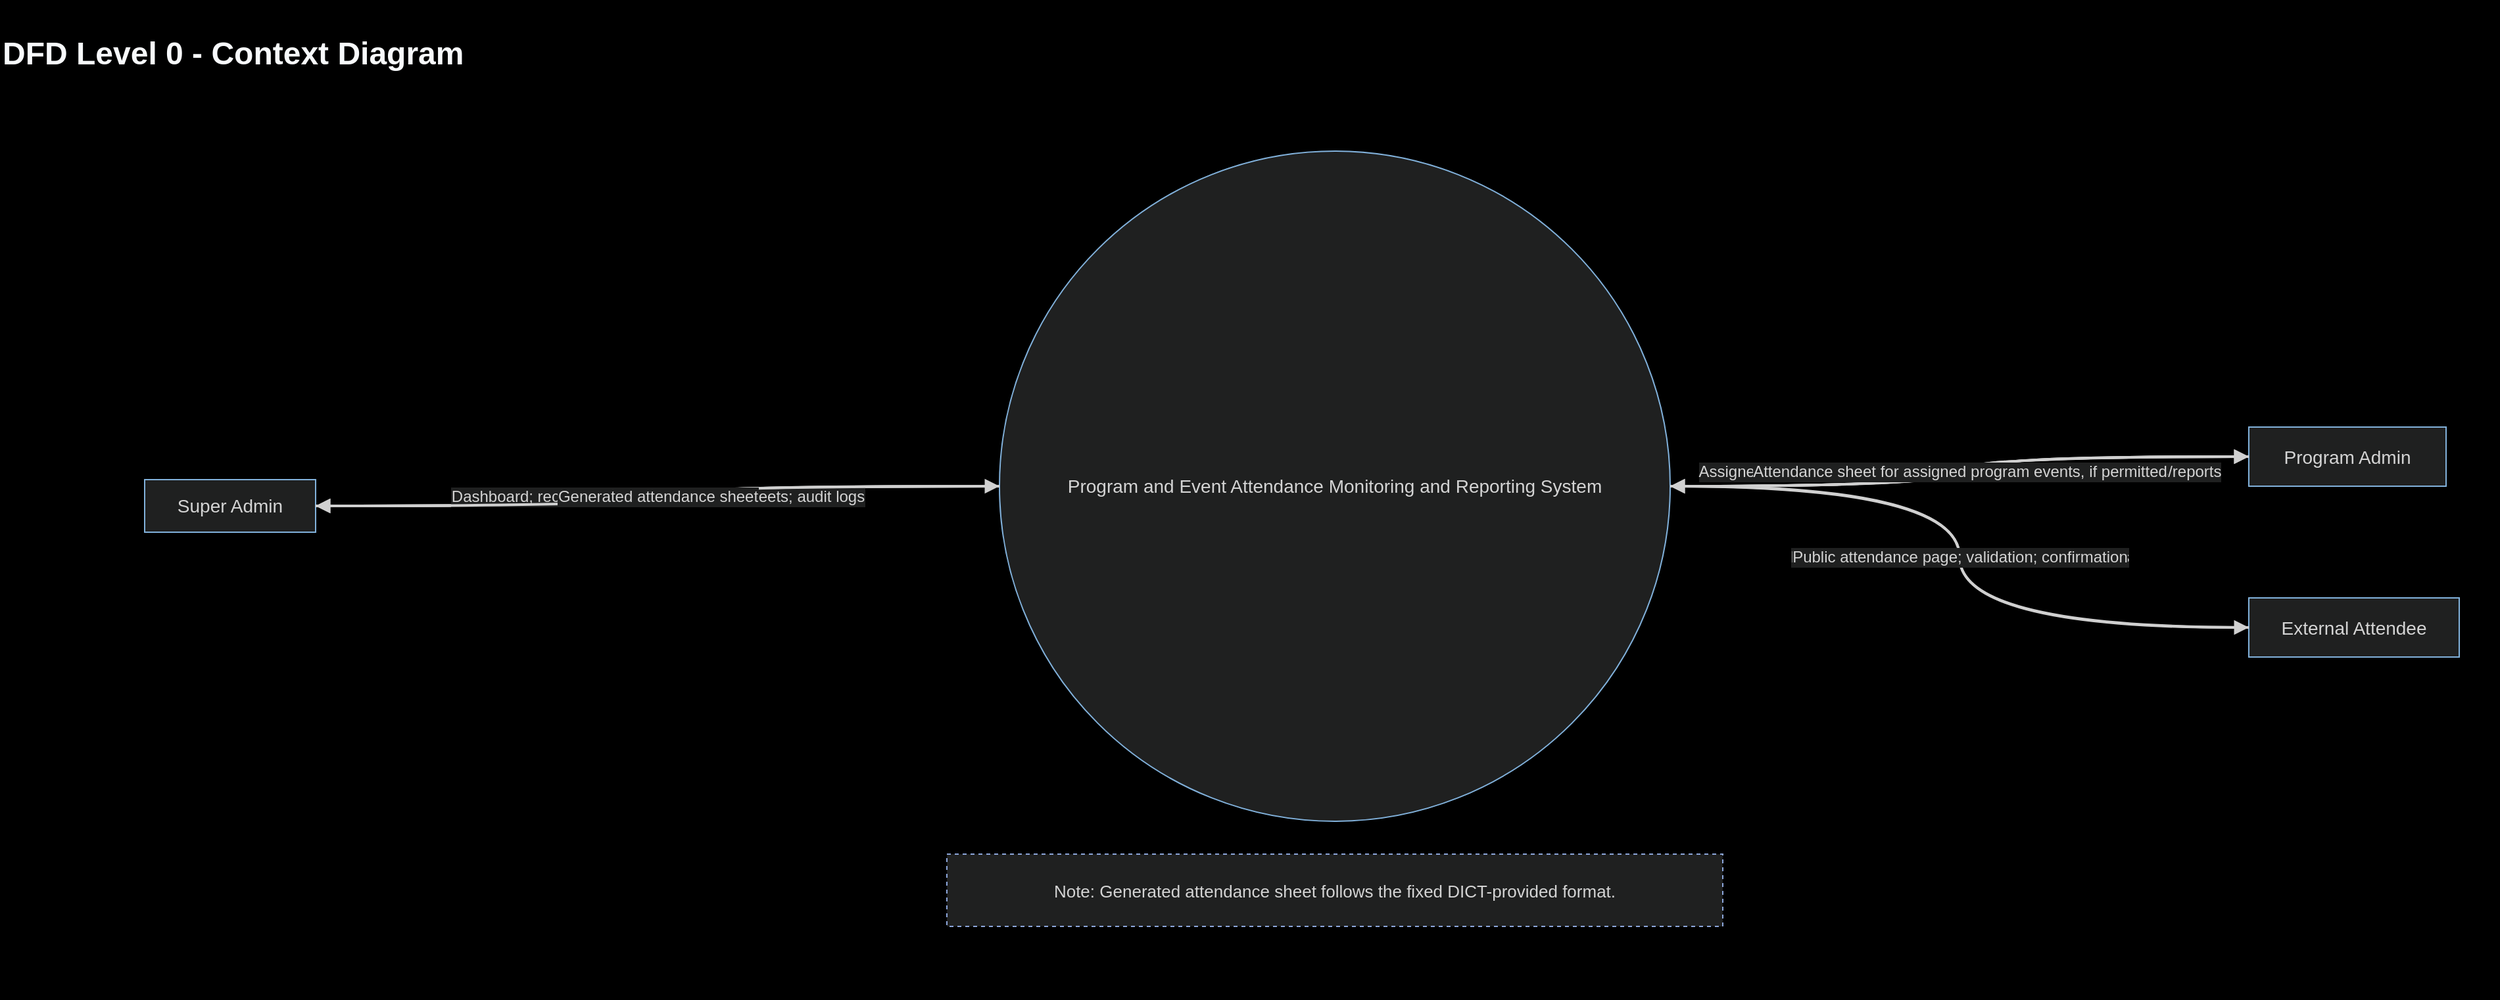
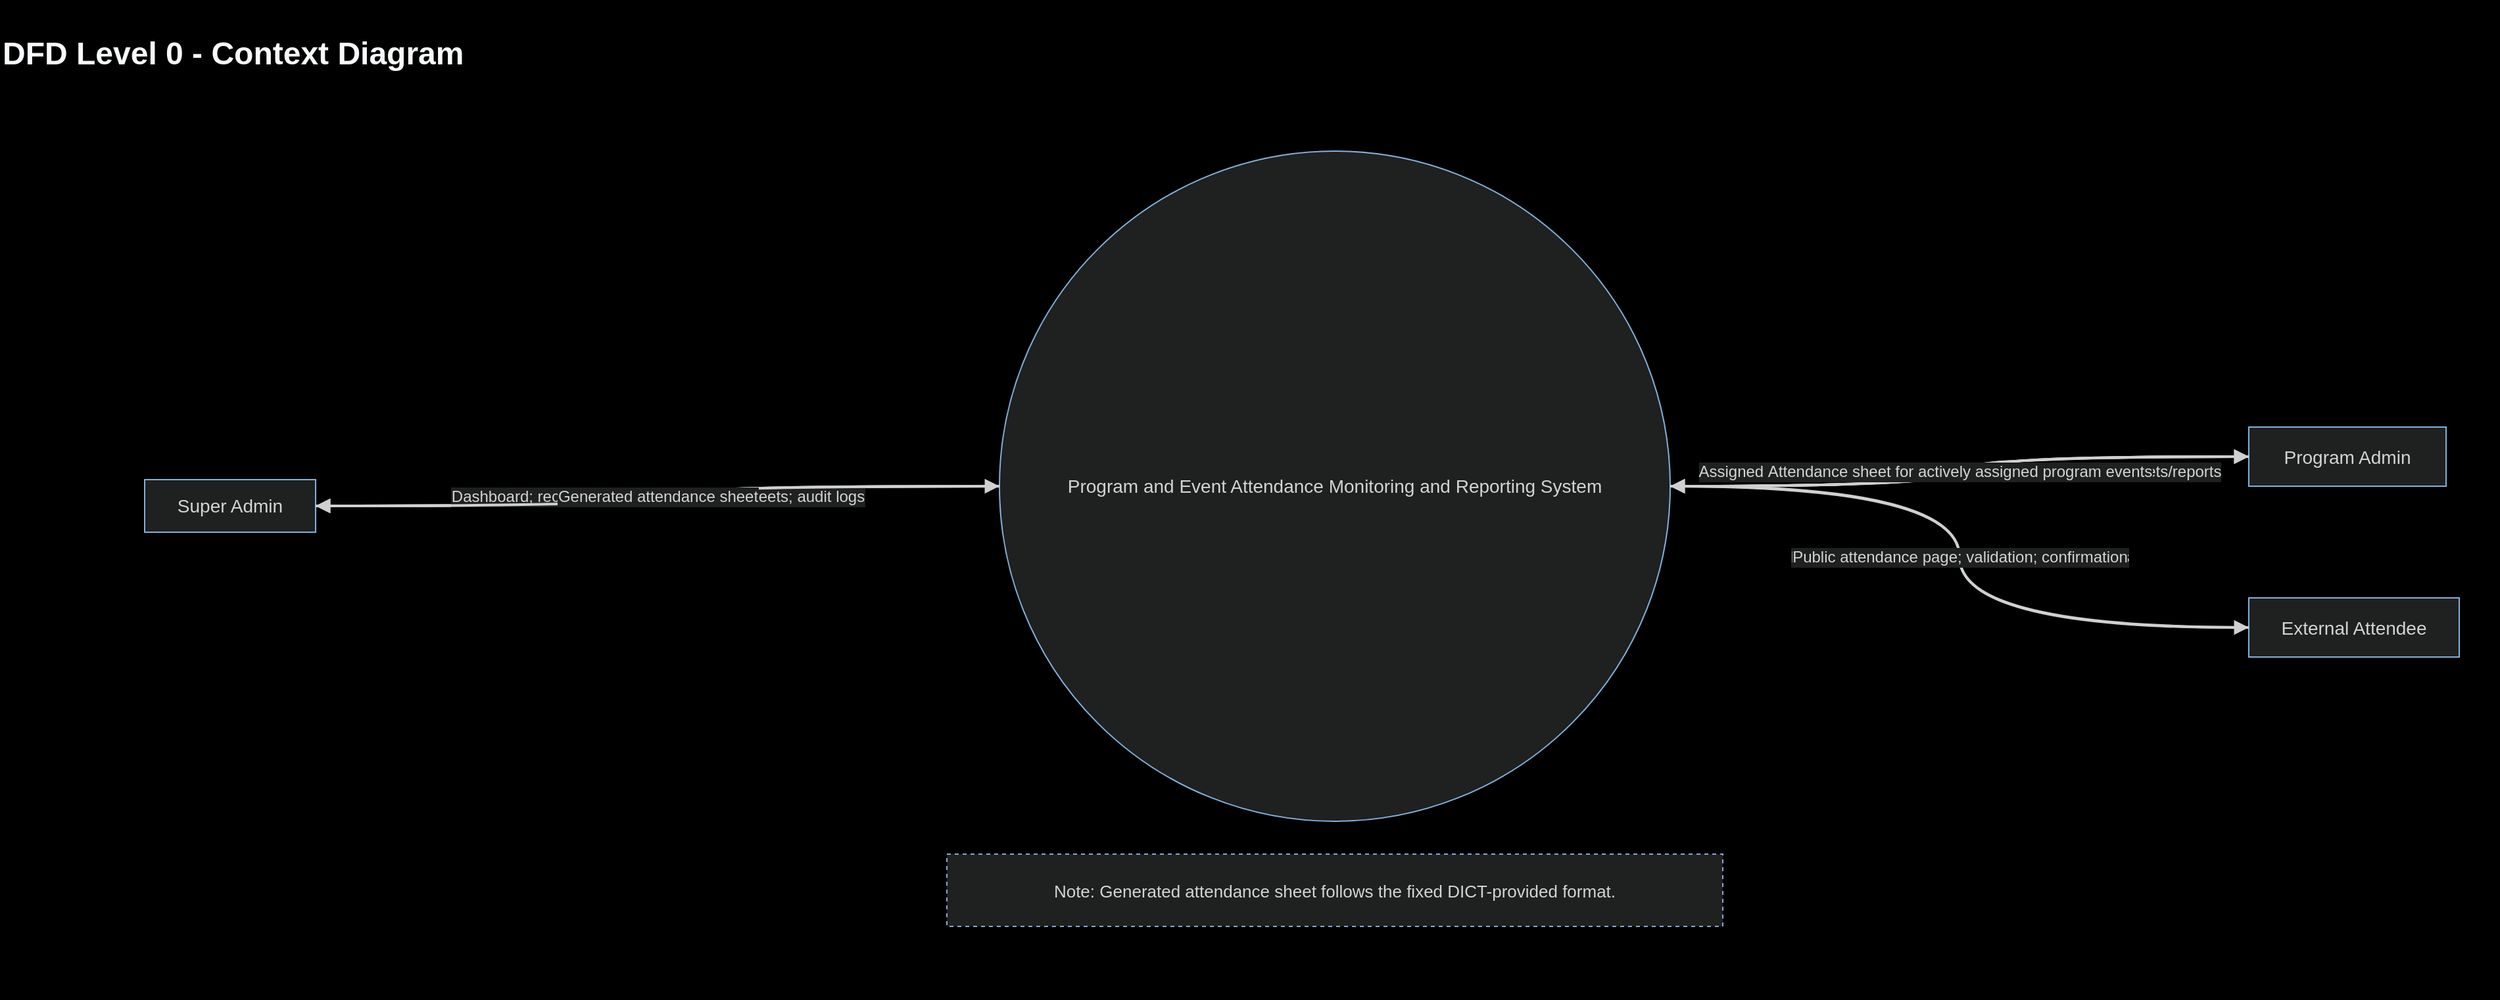
<?xml version='1.0' encoding='utf-8'?>
- <mxfile host="app.diagrams.net"><diagram name="DFD Level 0 - Context Diagram"><mxGraphModel dx="1900" dy="760" grid="1" gridSize="10" guides="1" tooltips="1" connect="1" arrows="1" fold="1" page="1" pageScale="1" pageWidth="1900" pageHeight="760" background="#000000" math="0" shadow="0"><root><mxCell id="0" /><mxCell id="1" parent="0" /><mxCell id="background" value="" style="rounded=0;whiteSpace=wrap;html=1;fillColor=#000000;strokeColor=none;locked=1;" vertex="1" parent="1"><mxGeometry x="0" y="0" width="1900" height="760" as="geometry" /></mxCell><mxCell id="title" value="DFD Level 0 - Context Diagram" style="text;html=1;strokeColor=none;fillColor=none;fontColor=#f8fafc;fontStyle=1;fontSize=24;" vertex="1" parent="1"><mxGeometry x="0" y="20" width="1900" height="40" as="geometry" /></mxCell><mxCell id="super_admin" value="Super Admin" style="rounded=0;whiteSpace=wrap;html=1;strokeColor=#81B1DB;fillColor=#1f2020;fontColor=#d4d4d4;fontStyle=0;fontSize=14;spacing=8;" vertex="1" parent="1"><mxGeometry x="110" y="365" width="130" height="40" as="geometry" /></mxCell><mxCell id="system" value="Program and Event Attendance Monitoring and Reporting System" style="ellipse;whiteSpace=wrap;html=1;strokeColor=#81B1DB;fillColor=#1f2020;fontColor=#d4d4d4;fontStyle=0;fontSize=14;spacing=8;" vertex="1" parent="1"><mxGeometry x="760" y="115" width="510" height="510" as="geometry" /></mxCell><mxCell id="program_admin" value="Program Admin" style="rounded=0;whiteSpace=wrap;html=1;strokeColor=#81B1DB;fillColor=#1f2020;fontColor=#d4d4d4;fontStyle=0;fontSize=14;spacing=8;" vertex="1" parent="1"><mxGeometry x="1710" y="325" width="150" height="45" as="geometry" /></mxCell><mxCell id="attendee" value="External Attendee" style="rounded=0;whiteSpace=wrap;html=1;strokeColor=#81B1DB;fillColor=#1f2020;fontColor=#d4d4d4;fontStyle=0;fontSize=14;spacing=8;" vertex="1" parent="1"><mxGeometry x="1710" y="455" width="160" height="45" as="geometry" /></mxCell><mxCell id="note_template" value="Note: Generated attendance sheet follows the fixed DICT-provided format." style="rounded=0;whiteSpace=wrap;html=1;strokeColor=#8CA6DB;fillColor=#1f2020;fontColor=#d4d4d4;fontSize=13;spacing=8;dashed=1;" vertex="1" parent="1"><mxGeometry x="720" y="650" width="590" height="55" as="geometry" /></mxCell><mxCell id="e1" value="Login credentials; program/user/event/report requests" style="edgeStyle=orthogonalEdgeStyle;rounded=1;curved=1;html=1;endArrow=block;strokeColor=#d0d0d0;fontColor=#d4d4d4;fontSize=12;labelBackgroundColor=#1f2020;strokeWidth=2;" edge="1" parent="1" source="super_admin" target="system"><mxGeometry relative="1" as="geometry" /></mxCell><mxCell id="e2" value="Dashboard; records; QR/link; attendance sheets; audit logs" style="edgeStyle=orthogonalEdgeStyle;rounded=1;curved=1;html=1;endArrow=block;strokeColor=#d0d0d0;fontColor=#d4d4d4;fontSize=12;labelBackgroundColor=#1f2020;strokeWidth=2;" edge="1" parent="1" source="system" target="super_admin"><mxGeometry relative="1" as="geometry" /></mxCell><mxCell id="e3" value="Login credentials; event/status/report requests for assigned program" style="edgeStyle=orthogonalEdgeStyle;rounded=1;curved=1;html=1;endArrow=block;strokeColor=#d0d0d0;fontColor=#d4d4d4;fontSize=12;labelBackgroundColor=#1f2020;strokeWidth=2;" edge="1" parent="1" source="program_admin" target="system"><mxGeometry relative="1" as="geometry" /></mxCell><mxCell id="e4" value="Assigned program dashboard; event tools; QR/link; records; sheets/reports" style="edgeStyle=orthogonalEdgeStyle;rounded=1;curved=1;html=1;endArrow=block;strokeColor=#d0d0d0;fontColor=#d4d4d4;fontSize=12;labelBackgroundColor=#1f2020;strokeWidth=2;" edge="1" parent="1" source="system" target="program_admin"><mxGeometry relative="1" as="geometry" /></mxCell><mxCell id="e5" value="Fixed attendance details and consent responses" style="edgeStyle=orthogonalEdgeStyle;rounded=1;curved=1;html=1;endArrow=block;strokeColor=#d0d0d0;fontColor=#d4d4d4;fontSize=12;labelBackgroundColor=#1f2020;strokeWidth=2;" edge="1" parent="1" source="attendee" target="system"><mxGeometry relative="1" as="geometry" /></mxCell><mxCell id="e6" value="Public attendance page; validation; confirmation" style="edgeStyle=orthogonalEdgeStyle;rounded=1;curved=1;html=1;endArrow=block;strokeColor=#d0d0d0;fontColor=#d4d4d4;fontSize=12;labelBackgroundColor=#1f2020;strokeWidth=2;" edge="1" parent="1" source="system" target="attendee"><mxGeometry relative="1" as="geometry" /></mxCell><mxCell id="e7" value="Attendance sheet for assigned program events, if permitted" style="edgeStyle=orthogonalEdgeStyle;rounded=1;curved=1;html=1;endArrow=block;strokeColor=#d0d0d0;fontColor=#d4d4d4;fontSize=12;labelBackgroundColor=#1f2020;strokeWidth=2;" edge="1" parent="1" source="system" target="program_admin"><mxGeometry relative="1" as="geometry" /></mxCell><mxCell id="e8" value="Generated attendance sheet" style="edgeStyle=orthogonalEdgeStyle;rounded=1;curved=1;html=1;endArrow=block;strokeColor=#d0d0d0;fontColor=#d4d4d4;fontSize=12;labelBackgroundColor=#1f2020;strokeWidth=2;" edge="1" parent="1" source="system" target="super_admin"><mxGeometry relative="1" as="geometry" /></mxCell></root></mxGraphModel></diagram></mxfile>+ <mxfile host="app.diagrams.net"><diagram name="DFD Level 0 - Context Diagram"><mxGraphModel dx="1900" dy="760" grid="1" gridSize="10" guides="1" tooltips="1" connect="1" arrows="1" fold="1" page="1" pageScale="1" pageWidth="1900" pageHeight="760" background="#000000" math="0" shadow="0"><root><mxCell id="0" /><mxCell id="1" parent="0" /><mxCell id="background" value="" style="rounded=0;whiteSpace=wrap;html=1;fillColor=#000000;strokeColor=none;locked=1;" vertex="1" parent="1"><mxGeometry x="0" y="0" width="1900" height="760" as="geometry" /></mxCell><mxCell id="title" value="DFD Level 0 - Context Diagram" style="text;html=1;strokeColor=none;fillColor=none;fontColor=#f8fafc;fontStyle=1;fontSize=24;" vertex="1" parent="1"><mxGeometry x="0" y="20" width="1900" height="40" as="geometry" /></mxCell><mxCell id="super_admin" value="Super Admin" style="rounded=0;whiteSpace=wrap;html=1;strokeColor=#81B1DB;fillColor=#1f2020;fontColor=#d4d4d4;fontStyle=0;fontSize=14;spacing=8;" vertex="1" parent="1"><mxGeometry x="110" y="365" width="130" height="40" as="geometry" /></mxCell><mxCell id="system" value="Program and Event Attendance Monitoring and Reporting System" style="ellipse;whiteSpace=wrap;html=1;strokeColor=#81B1DB;fillColor=#1f2020;fontColor=#d4d4d4;fontStyle=0;fontSize=14;spacing=8;" vertex="1" parent="1"><mxGeometry x="760" y="115" width="510" height="510" as="geometry" /></mxCell><mxCell id="program_admin" value="Program Admin" style="rounded=0;whiteSpace=wrap;html=1;strokeColor=#81B1DB;fillColor=#1f2020;fontColor=#d4d4d4;fontStyle=0;fontSize=14;spacing=8;" vertex="1" parent="1"><mxGeometry x="1710" y="325" width="150" height="45" as="geometry" /></mxCell><mxCell id="attendee" value="External Attendee" style="rounded=0;whiteSpace=wrap;html=1;strokeColor=#81B1DB;fillColor=#1f2020;fontColor=#d4d4d4;fontStyle=0;fontSize=14;spacing=8;" vertex="1" parent="1"><mxGeometry x="1710" y="455" width="160" height="45" as="geometry" /></mxCell><mxCell id="note_template" value="Note: Generated attendance sheet follows the fixed DICT-provided format." style="rounded=0;whiteSpace=wrap;html=1;strokeColor=#8CA6DB;fillColor=#1f2020;fontColor=#d4d4d4;fontSize=13;spacing=8;dashed=1;" vertex="1" parent="1"><mxGeometry x="720" y="650" width="590" height="55" as="geometry" /></mxCell><mxCell id="e1" value="Login credentials; program/user/event/report requests" style="edgeStyle=orthogonalEdgeStyle;rounded=1;curved=1;html=1;endArrow=block;strokeColor=#d0d0d0;fontColor=#d4d4d4;fontSize=12;labelBackgroundColor=#1f2020;strokeWidth=2;" edge="1" parent="1" source="super_admin" target="system"><mxGeometry relative="1" as="geometry" /></mxCell><mxCell id="e2" value="Dashboard; records; QR/link; attendance sheets; audit logs" style="edgeStyle=orthogonalEdgeStyle;rounded=1;curved=1;html=1;endArrow=block;strokeColor=#d0d0d0;fontColor=#d4d4d4;fontSize=12;labelBackgroundColor=#1f2020;strokeWidth=2;" edge="1" parent="1" source="system" target="super_admin"><mxGeometry relative="1" as="geometry" /></mxCell><mxCell id="e3" value="Login credentials; event/status/report requests for assigned program" style="edgeStyle=orthogonalEdgeStyle;rounded=1;curved=1;html=1;endArrow=block;strokeColor=#d0d0d0;fontColor=#d4d4d4;fontSize=12;labelBackgroundColor=#1f2020;strokeWidth=2;" edge="1" parent="1" source="program_admin" target="system"><mxGeometry relative="1" as="geometry" /></mxCell><mxCell id="e4" value="Assigned program dashboard; event tools; QR/link; records; sheets/reports" style="edgeStyle=orthogonalEdgeStyle;rounded=1;curved=1;html=1;endArrow=block;strokeColor=#d0d0d0;fontColor=#d4d4d4;fontSize=12;labelBackgroundColor=#1f2020;strokeWidth=2;" edge="1" parent="1" source="system" target="program_admin"><mxGeometry relative="1" as="geometry" /></mxCell><mxCell id="e5" value="Fixed attendance details and consent responses" style="edgeStyle=orthogonalEdgeStyle;rounded=1;curved=1;html=1;endArrow=block;strokeColor=#d0d0d0;fontColor=#d4d4d4;fontSize=12;labelBackgroundColor=#1f2020;strokeWidth=2;" edge="1" parent="1" source="attendee" target="system"><mxGeometry relative="1" as="geometry" /></mxCell><mxCell id="e6" value="Public attendance page; validation; confirmation" style="edgeStyle=orthogonalEdgeStyle;rounded=1;curved=1;html=1;endArrow=block;strokeColor=#d0d0d0;fontColor=#d4d4d4;fontSize=12;labelBackgroundColor=#1f2020;strokeWidth=2;" edge="1" parent="1" source="system" target="attendee"><mxGeometry relative="1" as="geometry" /></mxCell><mxCell id="e7" value="Attendance sheet for actively assigned program events" style="edgeStyle=orthogonalEdgeStyle;rounded=1;curved=1;html=1;endArrow=block;strokeColor=#d0d0d0;fontColor=#d4d4d4;fontSize=12;labelBackgroundColor=#1f2020;strokeWidth=2;" edge="1" parent="1" source="system" target="program_admin"><mxGeometry relative="1" as="geometry" /></mxCell><mxCell id="e8" value="Generated attendance sheet" style="edgeStyle=orthogonalEdgeStyle;rounded=1;curved=1;html=1;endArrow=block;strokeColor=#d0d0d0;fontColor=#d4d4d4;fontSize=12;labelBackgroundColor=#1f2020;strokeWidth=2;" edge="1" parent="1" source="system" target="super_admin"><mxGeometry relative="1" as="geometry" /></mxCell></root></mxGraphModel></diagram></mxfile>